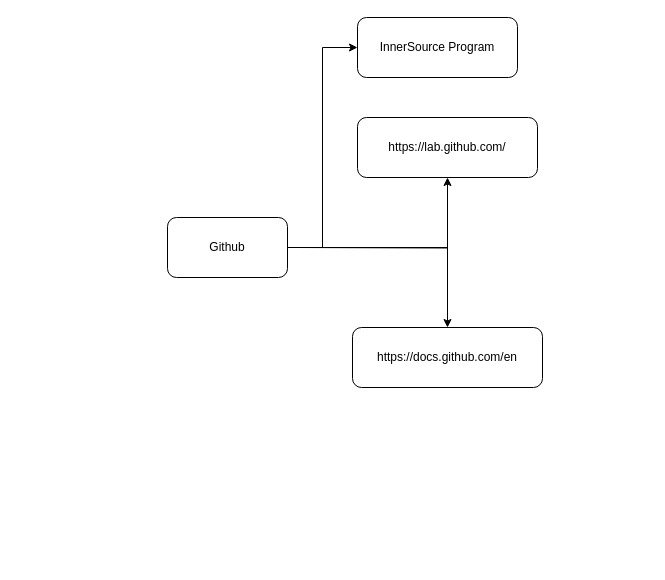
Above: maps/Github-mindmap.drawio in marioalboy/techinfos (draw.io), before the change. Source tidied: cells renumbered, new cells numbered last; positions are measured from the earlier drawing's top-left corner, leaving out a move shared by most shapes. Both pictures are drawn from the tidied source at 100%, with x=0, y=0 at pixel (167, 17).
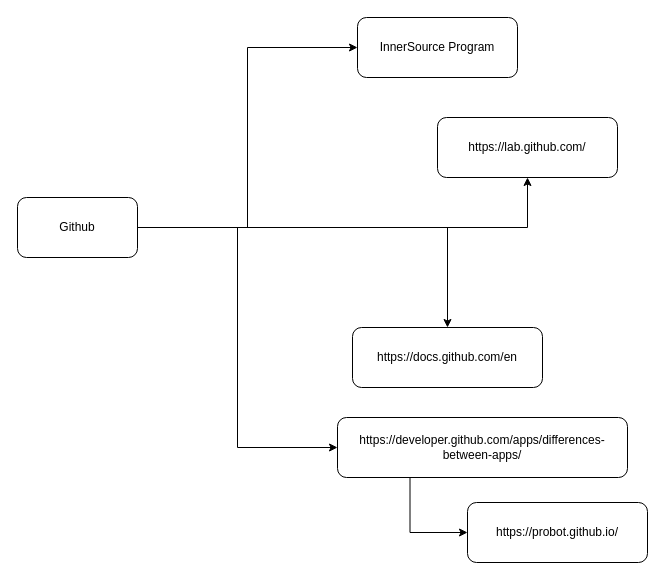
The same page after the edit.

Change to the diagram source:
```diff
@@
 <mxGraphModel>
   <root>
     <mxCell id="0" />
     <mxCell id="1" parent="0" />
     <mxCell id="2" style="edgeStyle=orthogonalEdgeStyle;rounded=0;jettySize=auto;html=1;" parent="1" edge="1" source="5" target="6">
       <mxGeometry relative="1" as="geometry" />
     </mxCell>
-    <mxCell id="3" style="edgeStyle=orthogonalEdgeStyle;rounded=0;jettySize=auto;html=1;" parent="1" edge="1" target="7">
-      <mxGeometry relative="1" as="geometry">
-        <mxPoint x="130" y="230" as="sourcePoint" />
-      </mxGeometry>
-    </mxCell>
     <mxCell id="4" style="edgeStyle=orthogonalEdgeStyle;rounded=0;jettySize=auto;html=1;entryX=0;entryY=0.5;entryDx=0;entryDy=0;" parent="1" edge="1" source="5" target="8">
       <mxGeometry relative="1" as="geometry" />
     </mxCell>
+    <mxCell id="9" style="edgeStyle=orthogonalEdgeStyle;rounded=0;jettySize=auto;html=1;entryX=0;entryY=0.5;entryDx=0;entryDy=0;" parent="1" edge="1" source="5" target="12">
+      <mxGeometry relative="1" as="geometry" />
+    </mxCell>
+    <mxCell id="10" style="edgeStyle=orthogonalEdgeStyle;rounded=0;jettySize=auto;html=1;entryX=0.5;entryY=1;entryDx=0;entryDy=0;" parent="1" edge="1" source="5" target="7">
+      <mxGeometry relative="1" as="geometry" />
+    </mxCell>
     <mxCell id="5" value="Github" style="rounded=1;whiteSpace=wrap;html=1;" parent="1" vertex="1">
-      <mxGeometry y="200" width="120" height="60" as="geometry" />
+      <mxGeometry x="-150" y="180" width="120" height="60" as="geometry" />
     </mxCell>
     <mxCell id="6" value="https://docs.github.com/en" style="rounded=1;whiteSpace=wrap;html=1;" parent="1" vertex="1">
       <mxGeometry x="185" y="310" width="190" height="60" as="geometry" />
     </mxCell>
     <mxCell id="7" value="https://lab.github.com/" style="rounded=1;whiteSpace=wrap;html=1;" parent="1" vertex="1">
-      <mxGeometry x="190" y="100" width="180" height="60" as="geometry" />
+      <mxGeometry x="270" y="100" width="180" height="60" as="geometry" />
     </mxCell>
     <mxCell id="8" value="InnerSource Program" style="rounded=1;whiteSpace=wrap;html=1;" parent="1" vertex="1">
       <mxGeometry x="190" width="160" height="60" as="geometry" />
     </mxCell>
+    <mxCell id="11" style="edgeStyle=orthogonalEdgeStyle;rounded=0;jettySize=auto;html=1;exitX=0.25;exitY=1;exitDx=0;exitDy=0;entryX=0;entryY=0.5;entryDx=0;entryDy=0;" parent="1" edge="1" source="12" target="13">
+      <mxGeometry relative="1" as="geometry" />
+    </mxCell>
+    <mxCell id="12" value="https://developer.github.com/apps/differences-between-apps/" style="rounded=1;whiteSpace=wrap;html=1;" parent="1" vertex="1">
+      <mxGeometry x="170" y="400" width="290" height="60" as="geometry" />
+    </mxCell>
+    <mxCell id="13" value="https://probot.github.io/" style="rounded=1;whiteSpace=wrap;html=1;" parent="1" vertex="1">
+      <mxGeometry x="300" y="485" width="180" height="60" as="geometry" />
+    </mxCell>
   </root>
 </mxGraphModel>
```
